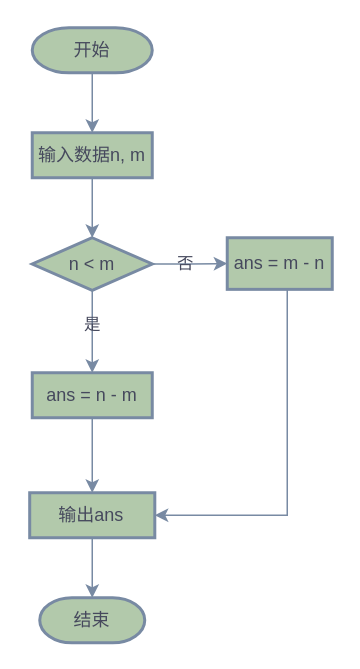
This is test.drawio from OoWoOI/C-Learn-Code, a draw.io file, before an edit. Source tidied: cells renumbered, new cells numbered last; positions are measured from the earlier drawing's top-left corner, leaving out a move shared by most shapes. Both pictures are drawn from the tidied source at 150%, with x=0, y=0 at pixel (28, 27).
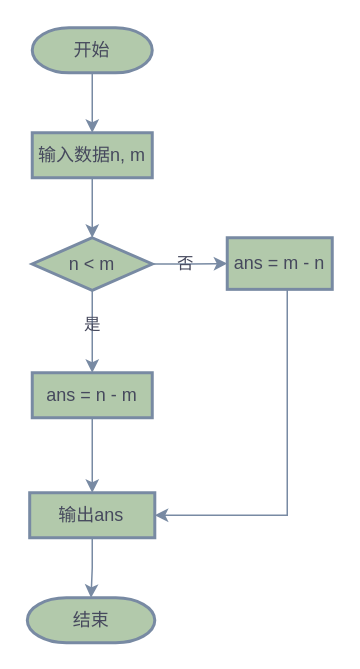
The same page after the edit.

Change to the diagram source:
```diff
@@
 <mxGraphModel background="#ffffff">
   <root>
     <mxCell id="0" />
     <mxCell id="1" parent="0" />
     <mxCell id="2" style="edgeStyle=orthogonalEdgeStyle;rounded=0;jettySize=auto;html=1;labelBackgroundColor=none;fontColor=default;strokeColor=#788AA3;" parent="1" edge="1" source="3" target="5">
       <mxGeometry relative="1" as="geometry" />
     </mxCell>
     <mxCell id="3" value="开始" style="strokeWidth=2;html=1;shape=mxgraph.flowchart.terminator;whiteSpace=wrap;labelBackgroundColor=none;fillColor=#B2C9AB;strokeColor=#788AA3;fontColor=#46495D;" parent="1" vertex="1">
       <mxGeometry x="2" width="80" height="30" as="geometry" />
     </mxCell>
     <mxCell id="4" style="edgeStyle=orthogonalEdgeStyle;rounded=0;jettySize=auto;html=1;labelBackgroundColor=none;fontColor=default;strokeColor=#788AA3;" parent="1" edge="1" source="5" target="10">
       <mxGeometry relative="1" as="geometry" />
     </mxCell>
     <mxCell id="5" value="输入数据n, m" style="whiteSpace=wrap;html=1;strokeWidth=2;labelBackgroundColor=none;fillColor=#B2C9AB;strokeColor=#788AA3;fontColor=#46495D;" parent="1" vertex="1">
       <mxGeometry x="2" y="70" width="80" height="30" as="geometry" />
     </mxCell>
     <mxCell id="6" style="edgeStyle=orthogonalEdgeStyle;rounded=0;jettySize=auto;html=1;labelBackgroundColor=none;fontColor=default;strokeColor=#788AA3;" parent="1" edge="1" source="10" target="12">
       <mxGeometry relative="1" as="geometry" />
     </mxCell>
     <mxCell id="7" value="否" style="edgeLabel;html=1;align=center;verticalAlign=middle;labelBackgroundColor=none;fontColor=#46495D;" parent="6" vertex="1">
       <mxGeometry x="-0.16" y="1" relative="1" as="geometry" />
     </mxCell>
     <mxCell id="8" style="edgeStyle=orthogonalEdgeStyle;rounded=0;jettySize=auto;html=1;labelBackgroundColor=none;fontColor=default;strokeColor=#788AA3;" parent="1" edge="1" source="10" target="14">
       <mxGeometry relative="1" as="geometry" />
     </mxCell>
     <mxCell id="9" value="是" style="edgeLabel;html=1;align=center;verticalAlign=middle;labelBackgroundColor=none;fontColor=#46495D;" parent="8" vertex="1">
       <mxGeometry x="-0.19" y="-1" relative="1" as="geometry" />
     </mxCell>
     <mxCell id="10" value="n &amp;lt; m" style="rhombus;whiteSpace=wrap;html=1;strokeWidth=2;labelBackgroundColor=none;fillColor=#B2C9AB;strokeColor=#788AA3;fontColor=#46495D;" parent="1" vertex="1">
       <mxGeometry x="2" y="140" width="80" height="35" as="geometry" />
     </mxCell>
     <mxCell id="11" style="edgeStyle=orthogonalEdgeStyle;rounded=0;jettySize=auto;html=1;entryX=1;entryY=0.5;entryDx=0;entryDy=0;exitX=0.5;exitY=1;exitDx=0;exitDy=0;labelBackgroundColor=none;fontColor=default;strokeColor=#788AA3;" parent="1" edge="1" source="12" target="16">
       <mxGeometry relative="1" as="geometry">
         <Array as="points">
           <mxPoint x="172" y="174" />
           <mxPoint x="172" y="325" />
         </Array>
       </mxGeometry>
     </mxCell>
     <mxCell id="12" value="ans = m - n" style="whiteSpace=wrap;html=1;strokeWidth=2;labelBackgroundColor=none;fillColor=#B2C9AB;strokeColor=#788AA3;fontColor=#46495D;" parent="1" vertex="1">
       <mxGeometry x="132" y="140" width="70" height="34.4" as="geometry" />
     </mxCell>
     <mxCell id="13" style="edgeStyle=orthogonalEdgeStyle;rounded=0;jettySize=auto;html=1;labelBackgroundColor=none;fontColor=default;strokeColor=#788AA3;" parent="1" edge="1" source="14" target="16">
       <mxGeometry relative="1" as="geometry" />
     </mxCell>
     <mxCell id="14" value="ans = n - m" style="whiteSpace=wrap;html=1;strokeWidth=2;labelBackgroundColor=none;fillColor=#B2C9AB;strokeColor=#788AA3;fontColor=#46495D;" parent="1" vertex="1">
       <mxGeometry x="2" y="230" width="80" height="30" as="geometry" />
     </mxCell>
     <mxCell id="15" style="edgeStyle=orthogonalEdgeStyle;rounded=0;jettySize=auto;html=1;exitX=0.5;exitY=1;exitDx=0;exitDy=0;labelBackgroundColor=none;fontColor=default;strokeColor=#788AA3;" parent="1" edge="1" source="16" target="17">
       <mxGeometry relative="1" as="geometry" />
     </mxCell>
     <mxCell id="16" value="输出ans" style="whiteSpace=wrap;html=1;strokeWidth=2;labelBackgroundColor=none;fillColor=#B2C9AB;strokeColor=#788AA3;fontColor=#46495D;" parent="1" vertex="1">
       <mxGeometry x="0.3" y="310" width="83.4" height="30" as="geometry" />
     </mxCell>
     <mxCell id="17" value="结束" style="strokeWidth=2;html=1;shape=mxgraph.flowchart.terminator;whiteSpace=wrap;labelBackgroundColor=none;fillColor=#B2C9AB;strokeColor=#788AA3;fontColor=#46495D;" parent="1" vertex="1">
-      <mxGeometry x="7" y="380" width="70" height="30" as="geometry" />
+      <mxGeometry x="-1.3" y="380" width="85" height="30" as="geometry" />
     </mxCell>
-    <mxCell id="18" parent="0" />
   </root>
 </mxGraphModel>
```
